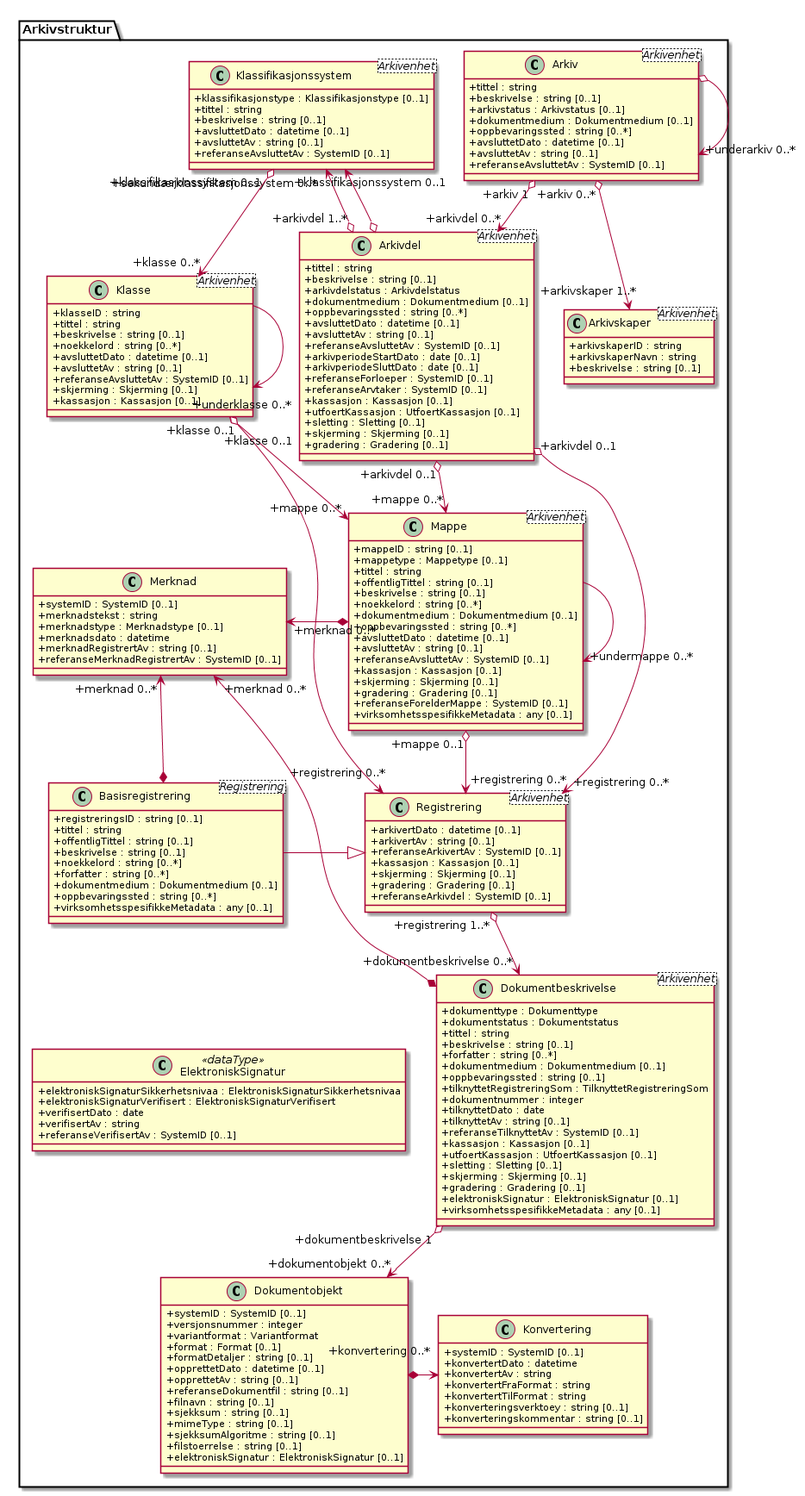
The PlantUML diagram kapitler/media/uml-arkivstruktur-attributter.png in arkivverket/noark5-tjenestegrensesnitt-standard, before a commit.
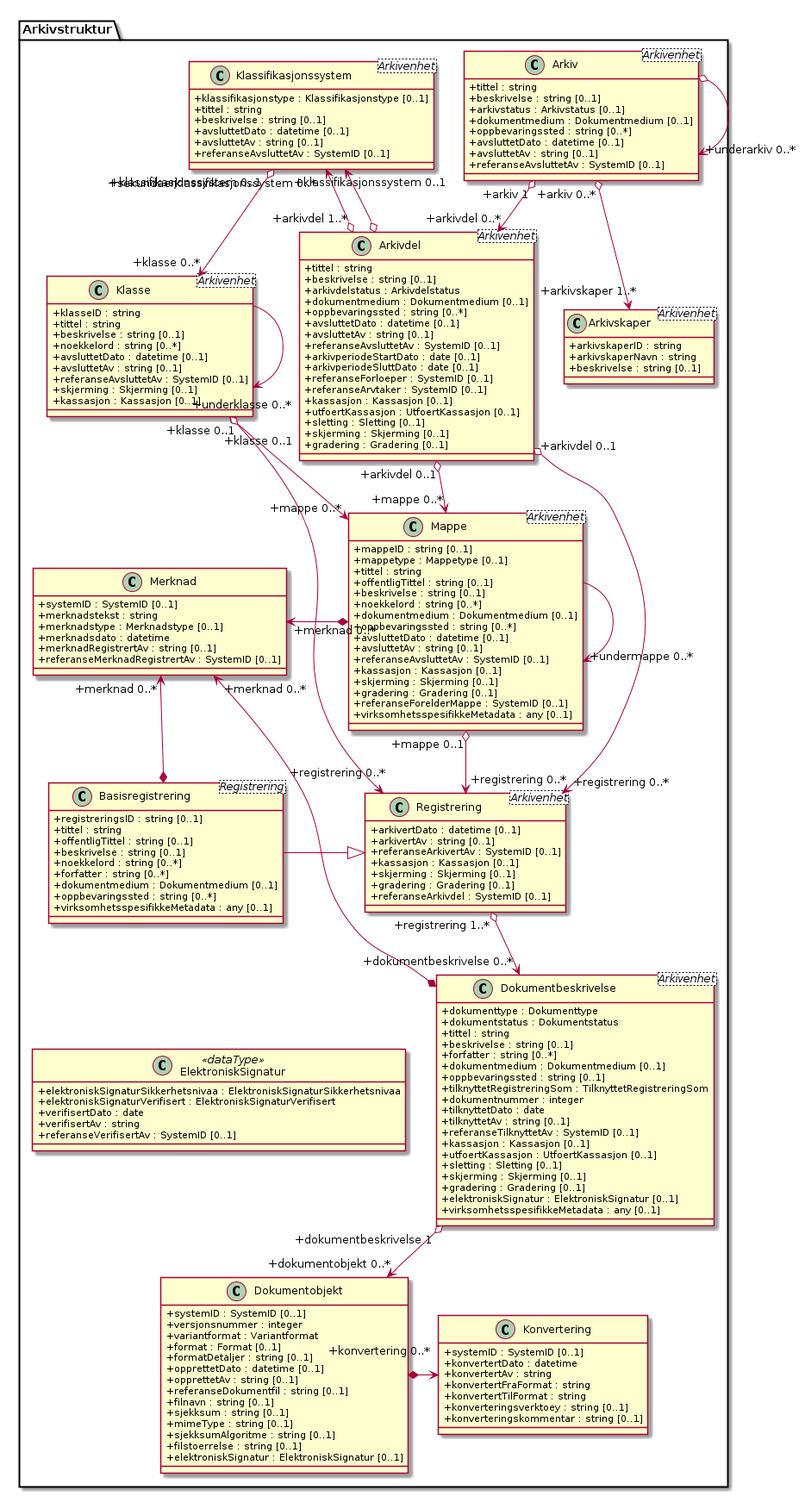
Later version of the same file.

Change to the diagram source:
```diff
@@ -158,7 +158,7 @@
 Arkivstruktur.Arkiv o--> "+underarkiv 0..*" Arkivstruktur.Arkiv
 Arkivstruktur.Arkiv "+arkiv 1" o--> "+arkivdel 0..*" Arkivstruktur.Arkivdel
 Arkivstruktur.Klassifikasjonssystem "+klassifikasjonssystem 0..1" <--o "+arkivdel 1..*" Arkivstruktur.Arkivdel
-Arkivstruktur.Klassifikasjonssystem "+sekundærklassifikasjonssystem 0..*" <--o Arkivstruktur.Arkivdel
+Arkivstruktur.Klassifikasjonssystem "+sekundaerklassifikasjonssystem 0..*" <--o Arkivstruktur.Arkivdel
 
 Arkivstruktur.Klassifikasjonssystem "+klassifikasjonssystem 0..1" o--> "+klasse 0..*" Arkivstruktur.Klasse
 Arkivstruktur.Arkivdel "+arkivdel 0..1" o--> "+mappe 0..*" Arkivstruktur.Mappe
```
